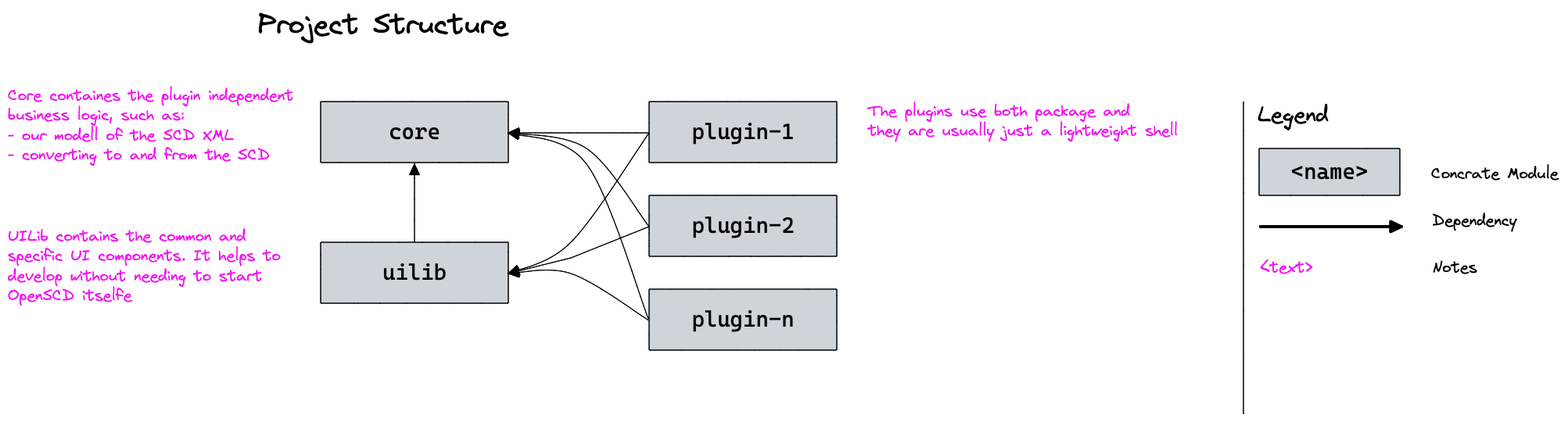
Earlier version of the Excalidraw export doc/references/architecture/arch_project-structure.excalidraw.png (sprinteins/oscd-plugins.src). Source tidied: one line per element, renumbered; positions are measured from the earlier drawing's top-left corner, leaving out a move shared by most shapes.
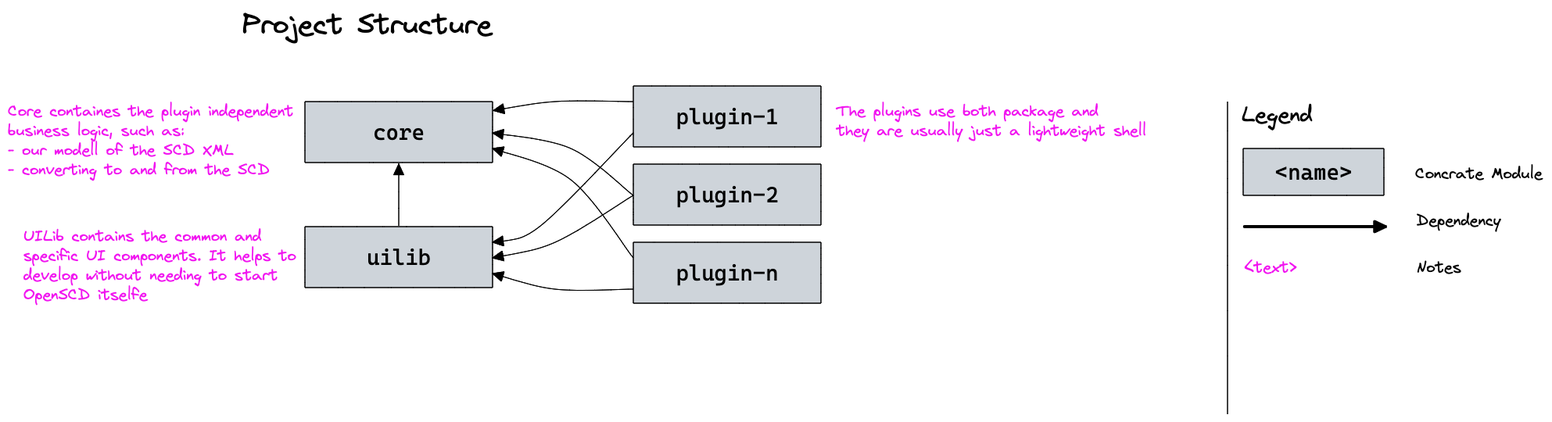
The same diagram one commit later.

What changed in the source:
```diff
@@ -1,30 +1,30 @@
-{"id": 0, "type": "text", "text": "Project Structure", "strokeColor": "#000000", "strokeWidth": 1, "roughness": 1, "fontSize": 36, "fontFamily": 1, "x": 320, "y": 0, "width": 321, "height": 45}
+{"id": 0, "type": "text", "text": "Project Structure", "strokeColor": "#000000", "strokeWidth": 1, "roughness": 1, "fontSize": 36, "fontFamily": 1, "x": 320, "y": 0, "width": 321, "height": 46}
-{"id": 1, "type": "text", "text": "Legend", "strokeColor": "#000000", "strokeWidth": 1, "roughness": 1, "fontSize": 28, "fontFamily": 1, "x": 1598, "y": 120, "width": 92, "height": 35}
+{"id": 1, "type": "text", "text": "Legend", "strokeColor": "#000000", "strokeWidth": 1, "roughness": 1, "fontSize": 28, "fontFamily": 1, "x": 1598, "y": 120, "width": 92, "height": 36}
 {"id": 2, "type": "text", "text": "Concrate Module", "strokeColor": "#000000", "strokeWidth": 1, "roughness": 1, "fontSize": 20, "fontFamily": 1, "x": 1820, "y": 200, "width": 165, "height": 25}
 {"id": 3, "type": "text", "text": "Dependency", "strokeColor": "#000000", "strokeWidth": 1, "roughness": 1, "fontSize": 20, "fontFamily": 1, "x": 1822, "y": 260, "width": 110, "height": 25}
 {"id": 4, "type": "text", "text": "Notes", "strokeColor": "#000000", "strokeWidth": 1, "roughness": 1, "fontSize": 20, "fontFamily": 1, "x": 1822, "y": 320, "width": 59, "height": 25}
 {"id": 5, "type": "rectangle", "strokeColor": "#000000", "backgroundColor": "#ced4da", "fillStyle": "solid", "strokeWidth": 1, "roughness": 0, "x": 1600, "y": 180, "width": 180, "height": 60}
-{"id": 6, "type": "text", "text": "<name>", "strokeColor": "#000000", "strokeWidth": 1, "roughness": 1, "fontSize": 28, "fontFamily": 3, "textAlign": "center", "verticalAlign": "middle", "inside": 5, "x": 1640, "y": 193, "width": 100, "height": 32}
+{"id": 6, "type": "text", "text": "<name>", "strokeColor": "#000000", "strokeWidth": 1, "roughness": 1, "fontSize": 28, "fontFamily": 3, "textAlign": "center", "verticalAlign": "middle", "inside": 5, "x": 1640, "y": 193, "width": 100, "height": 34}
 {"id": 7, "type": "line", "strokeColor": "#000000", "backgroundColor": "#ced4da", "fillStyle": "solid", "strokeWidth": 1, "roughness": 0, "x": 1580, "y": 120, "width": 0, "height": 400, "points": [[0, 0], [0, 400]]}
 {"id": 8, "type": "arrow", "strokeColor": "#000000", "backgroundColor": "#ced4da", "fillStyle": "solid", "strokeWidth": 4, "roughness": 0, "endArrowhead": "triangle", "x": 1602, "y": 280, "width": 180, "height": 0, "points": [[0, 0], [180, 0]]}
 {"id": 9, "type": "rectangle", "strokeColor": "#000000", "backgroundColor": "#ced4da", "fillStyle": "solid", "strokeWidth": 1, "roughness": 0, "x": 400, "y": 120, "width": 240, "height": 78}
-{"id": 10, "type": "text", "text": "core", "strokeColor": "#000000", "strokeWidth": 1, "roughness": 1, "fontSize": 28, "fontFamily": 3, "textAlign": "center", "verticalAlign": "middle", "inside": 9, "x": 486, "y": 142, "width": 68, "height": 32}
+{"id": 10, "type": "text", "text": "core", "strokeColor": "#000000", "strokeWidth": 1, "roughness": 1, "fontSize": 28, "fontFamily": 3, "textAlign": "center", "verticalAlign": "middle", "inside": 9, "x": 486, "y": 142, "width": 68, "height": 34}
-{"id": 11, "type": "rectangle", "strokeColor": "#000000", "backgroundColor": "#ced4da", "fillStyle": "solid", "strokeWidth": 1, "roughness": 0, "x": 400, "y": 300, "width": 240, "height": 78}
+{"id": 11, "type": "rectangle", "strokeColor": "#000000", "backgroundColor": "#ced4da", "fillStyle": "solid", "strokeWidth": 1, "roughness": 0, "x": 400, "y": 280, "width": 240, "height": 78}
-{"id": 12, "type": "text", "text": "uilib", "strokeColor": "#000000", "strokeWidth": 1, "roughness": 1, "fontSize": 28, "fontFamily": 3, "textAlign": "center", "verticalAlign": "middle", "inside": 11, "x": 478, "y": 322, "width": 84, "height": 32}
+{"id": 12, "type": "text", "text": "uilib", "strokeColor": "#000000", "strokeWidth": 1, "roughness": 1, "fontSize": 28, "fontFamily": 3, "textAlign": "center", "verticalAlign": "middle", "inside": 11, "x": 478, "y": 302, "width": 84, "height": 34}
-{"id": 13, "type": "rectangle", "strokeColor": "#000000", "backgroundColor": "#ced4da", "fillStyle": "solid", "strokeWidth": 1, "roughness": 0, "x": 820, "y": 120, "width": 240, "height": 78}
+{"id": 13, "type": "rectangle", "strokeColor": "#000000", "backgroundColor": "#ced4da", "fillStyle": "solid", "strokeWidth": 1, "roughness": 0, "x": 820, "y": 100, "width": 240, "height": 78}
-{"id": 14, "type": "text", "text": "plugin-1", "strokeColor": "#000000", "strokeWidth": 1, "roughness": 1, "fontSize": 28, "fontFamily": 3, "textAlign": "center", "verticalAlign": "middle", "inside": 13, "x": 874, "y": 142, "width": 133, "height": 32}
+{"id": 14, "type": "text", "text": "plugin-1", "strokeColor": "#000000", "strokeWidth": 1, "roughness": 1, "fontSize": 28, "fontFamily": 3, "textAlign": "center", "verticalAlign": "middle", "inside": 13, "x": 874, "y": 122, "width": 133, "height": 34}
-{"id": 15, "type": "rectangle", "strokeColor": "#000000", "backgroundColor": "#ced4da", "fillStyle": "solid", "strokeWidth": 1, "roughness": 0, "x": 820, "y": 240, "width": 240, "height": 78}
+{"id": 15, "type": "rectangle", "strokeColor": "#000000", "backgroundColor": "#ced4da", "fillStyle": "solid", "strokeWidth": 1, "roughness": 0, "x": 820, "y": 200, "width": 240, "height": 78}
-{"id": 16, "type": "text", "text": "plugin-2", "strokeColor": "#000000", "strokeWidth": 1, "roughness": 1, "fontSize": 28, "fontFamily": 3, "textAlign": "center", "verticalAlign": "middle", "inside": 15, "x": 874, "y": 262, "width": 133, "height": 32}
+{"id": 16, "type": "text", "text": "plugin-2", "strokeColor": "#000000", "strokeWidth": 1, "roughness": 1, "fontSize": 28, "fontFamily": 3, "textAlign": "center", "verticalAlign": "middle", "inside": 15, "x": 874, "y": 222, "width": 133, "height": 34}
-{"id": 17, "type": "rectangle", "strokeColor": "#000000", "backgroundColor": "#ced4da", "fillStyle": "solid", "strokeWidth": 1, "roughness": 0, "x": 820, "y": 360, "width": 240, "height": 78}
+{"id": 17, "type": "rectangle", "strokeColor": "#000000", "backgroundColor": "#ced4da", "fillStyle": "solid", "strokeWidth": 1, "roughness": 0, "x": 820, "y": 300, "width": 240, "height": 78}
-{"id": 18, "type": "text", "text": "plugin-n", "strokeColor": "#000000", "strokeWidth": 1, "roughness": 1, "fontSize": 28, "fontFamily": 3, "textAlign": "center", "verticalAlign": "middle", "inside": 17, "x": 874, "y": 382, "width": 133, "height": 32}
+{"id": 18, "type": "text", "text": "plugin-n", "strokeColor": "#000000", "strokeWidth": 1, "roughness": 1, "fontSize": 28, "fontFamily": 3, "textAlign": "center", "verticalAlign": "middle", "inside": 17, "x": 874, "y": 322, "width": 133, "height": 34}
-{"id": 19, "type": "arrow", "strokeColor": "#000000", "backgroundColor": "#868e96", "fillStyle": "cross-hatch", "strokeWidth": 1, "roughness": 0, "endArrowhead": "triangle", "from": 11, "to": 9, "x": 520, "y": 300, "width": 0, "height": 100, "points": [[0, 0], [0, -100]]}
+{"id": 19, "type": "arrow", "strokeColor": "#000000", "backgroundColor": "#868e96", "fillStyle": "cross-hatch", "strokeWidth": 1, "roughness": 0, "endArrowhead": "triangle", "from": 11, "to": 9, "x": 520, "y": 279, "width": 0, "height": 79, "points": [[0, 0], [0, -79]]}
-{"id": 20, "type": "arrow", "strokeColor": "#000000", "backgroundColor": "#868e96", "fillStyle": "cross-hatch", "strokeWidth": 1, "roughness": 0, "endArrowhead": "triangle", "from": 13, "to": 9, "x": 820, "y": 160, "width": 180, "height": 0, "points": [[0, 0], [-180, 0]]}
+{"id": 20, "type": "arrow", "strokeColor": "#000000", "backgroundColor": "#868e96", "fillStyle": "cross-hatch", "strokeWidth": 1, "roughness": 0, "endArrowhead": "triangle", "round": true, "from": 13, "to": 9, "x": 820, "y": 120, "width": 179, "height": 11, "points": [[0, 0], [-100, 0], [-179, 11]]}
-{"id": 21, "type": "arrow", "strokeColor": "#000000", "backgroundColor": "#868e96", "fillStyle": "cross-hatch", "strokeWidth": 1, "roughness": 0, "endArrowhead": "triangle", "round": true, "from": 13, "to": 11, "x": 820, "y": 160, "width": 180, "height": 180, "points": [[0, 0], [-100, 140], [-180, 180]]}
+{"id": 21, "type": "arrow", "strokeColor": "#000000", "backgroundColor": "#868e96", "fillStyle": "cross-hatch", "strokeWidth": 1, "roughness": 0, "endArrowhead": "triangle", "round": true, "from": 13, "to": 11, "x": 820, "y": 160, "width": 180, "height": 140, "points": [[0, 0], [-120, 120], [-180, 140]]}
-{"id": 22, "type": "arrow", "strokeColor": "#000000", "backgroundColor": "#868e96", "fillStyle": "cross-hatch", "strokeWidth": 1, "roughness": 0, "endArrowhead": "triangle", "round": true, "from": 15, "to": 9, "x": 820, "y": 280, "width": 180, "height": 120, "points": [[0, 0], [-80, -100], [-180, -120]]}
+{"id": 22, "type": "arrow", "strokeColor": "#000000", "backgroundColor": "#868e96", "fillStyle": "cross-hatch", "strokeWidth": 1, "roughness": 0, "endArrowhead": "triangle", "round": true, "from": 15, "to": 9, "x": 820, "y": 240, "width": 180, "height": 80, "points": [[0, 0], [-80, -60], [-180, -80]]}
-{"id": 23, "type": "arrow", "strokeColor": "#000000", "backgroundColor": "#868e96", "fillStyle": "cross-hatch", "strokeWidth": 1, "roughness": 0, "endArrowhead": "triangle", "from": 15, "to": 11, "x": 820, "y": 280, "width": 180, "height": 60, "points": [[0, 0], [-100, 40], [-180, 60]]}
+{"id": 23, "type": "arrow", "strokeColor": "#000000", "backgroundColor": "#868e96", "fillStyle": "cross-hatch", "strokeWidth": 1, "roughness": 0, "endArrowhead": "triangle", "round": true, "from": 15, "to": 11, "x": 820, "y": 240, "width": 180, "height": 80, "points": [[0, 0], [-100, 60], [-180, 80]]}
-{"id": 24, "type": "arrow", "strokeColor": "#000000", "backgroundColor": "#868e96", "fillStyle": "cross-hatch", "strokeWidth": 1, "roughness": 0, "endArrowhead": "triangle", "round": true, "from": 17, "to": 9, "x": 819, "y": 398, "width": 179, "height": 238, "points": [[0, 0], [-79, -198], [-179, -238]]}
+{"id": 24, "type": "arrow", "strokeColor": "#000000", "backgroundColor": "#868e96", "fillStyle": "cross-hatch", "strokeWidth": 1, "roughness": 0, "endArrowhead": "triangle", "round": true, "from": 17, "to": 9, "x": 820, "y": 320, "width": 180, "height": 140, "points": [[0, 0], [-80, -100], [-180, -140]]}
-{"id": 25, "type": "arrow", "strokeColor": "#000000", "backgroundColor": "#868e96", "fillStyle": "cross-hatch", "strokeWidth": 1, "roughness": 0, "endArrowhead": "triangle", "round": true, "from": 17, "to": 11, "x": 819, "y": 399, "width": 179, "height": 59, "points": [[0, 0], [-99, -59], [-179, -59]]}
+{"id": 25, "type": "arrow", "strokeColor": "#000000", "backgroundColor": "#868e96", "fillStyle": "cross-hatch", "strokeWidth": 1, "roughness": 0, "endArrowhead": "triangle", "round": true, "from": 17, "to": 11, "x": 820, "y": 360, "width": 180, "height": 20, "points": [[0, 0], [-100, 0], [-180, -20]]}
-{"id": 26, "type": "text", "text": "Core containes the plugin independent\nbusiness logic, such as:\n- our modell of the SCD XML\n- converting to and from the SCD", "strokeColor": "#f115f0", "strokeWidth": 1, "roughness": 1, "fontSize": 20, "fontFamily": 1, "x": 0, "y": 100, "width": 367, "height": 102}
+{"id": 26, "type": "text", "text": "Core containes the plugin independent\nbusiness logic, such as:\n- our modell of the SCD XML\n- converting to and from the SCD", "strokeColor": "#f115f0", "strokeWidth": 1, "roughness": 1, "fontSize": 20, "fontFamily": 1, "x": 20, "y": 120, "width": 367, "height": 100}
-{"id": 27, "type": "text", "text": "UILib contains the common and\nspecific UI components. It helps to\ndevelop without needing to start \nOpenSCD itselfe", "strokeColor": "#f115f0", "strokeWidth": 1, "roughness": 1, "fontSize": 20, "fontFamily": 1, "x": 0, "y": 280, "width": 350, "height": 102}
+{"id": 27, "type": "text", "text": "UILib contains the common and\nspecific UI components. It helps to\ndevelop without needing to start \nOpenSCD itselfe", "strokeColor": "#f115f0", "strokeWidth": 1, "roughness": 1, "fontSize": 20, "fontFamily": 1, "x": 40, "y": 280, "width": 350, "height": 100}
-{"id": 28, "type": "text", "text": "The plugins use both package and \nthey are usually just a lightweight shell", "strokeColor": "#f115f0", "strokeWidth": 1, "roughness": 1, "fontSize": 20, "fontFamily": 1, "x": 1100, "y": 120, "width": 398, "height": 51}
+{"id": 28, "type": "text", "text": "The plugins use both package and \nthey are usually just a lightweight shell", "strokeColor": "#f115f0", "strokeWidth": 1, "roughness": 1, "fontSize": 20, "fontFamily": 1, "x": 1080, "y": 120, "width": 398, "height": 50}
 {"id": 29, "type": "text", "text": "<text>", "strokeColor": "#f115f0", "strokeWidth": 1, "roughness": 1, "fontSize": 20, "fontFamily": 1, "x": 1602, "y": 320, "width": 69, "height": 25}
```
